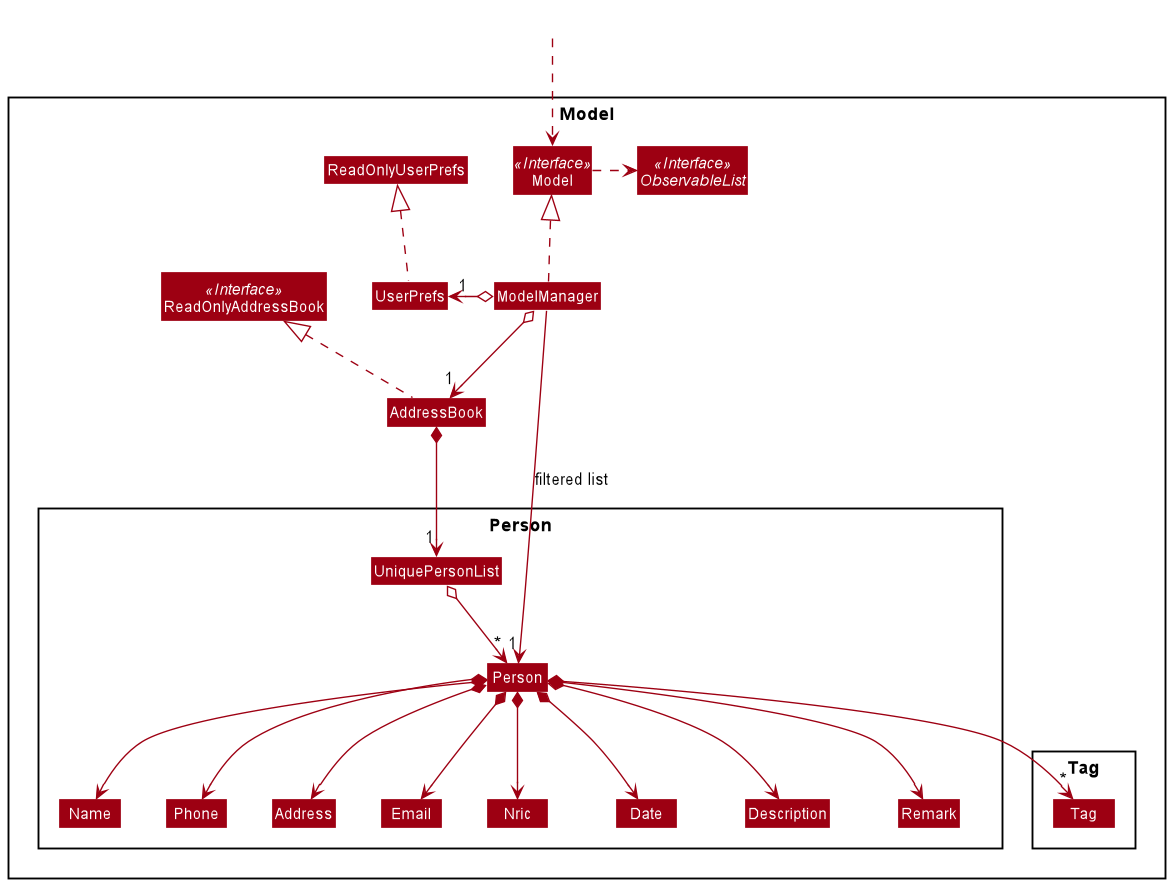
Above: docs/images/ModelClassDiagram.png in nus-tic4002-AY2021S2/tp2 (PlantUML), before the change.
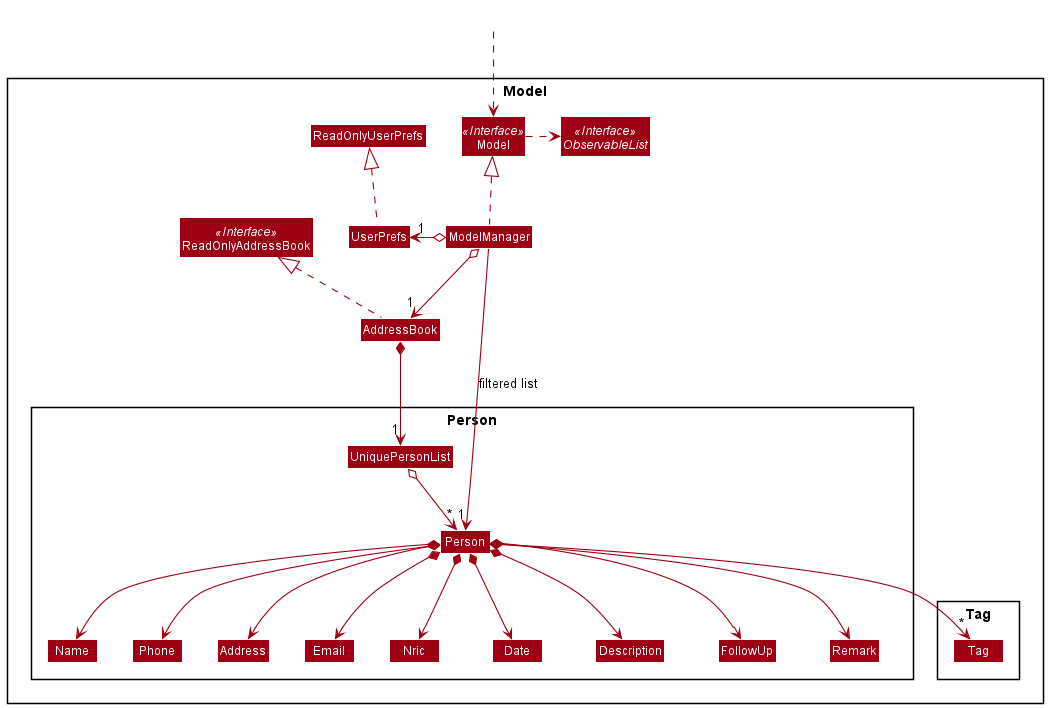
Later version of the same file.

Commit message:
update UML Diagram

Diff of the diagram source:
```diff
@@ -21,6 +21,7 @@
 Class Description
 Class Nric
 Class Remark
+Class FollowUp
 Class Address
 Class Email
 Class Name
@@ -54,6 +55,7 @@
 Person *--> Email
 Person *--> Address
 Person *--> Remark
+Person *--> FollowUp
 Person *--> "*" Tag
 
 Name -[hidden]right-> Phone
@@ -62,8 +64,8 @@
 Nric -[hidden]right-> Nric
 Date -[hidden]right-> Date
 Description-[hidden]right-> Description
+FollowUp -[hidden]right-> FollowUp
 Remark -[hidden]right-> Remark
-
 
 ModelManager -->"1" Person : filtered list
 @enduml
```
